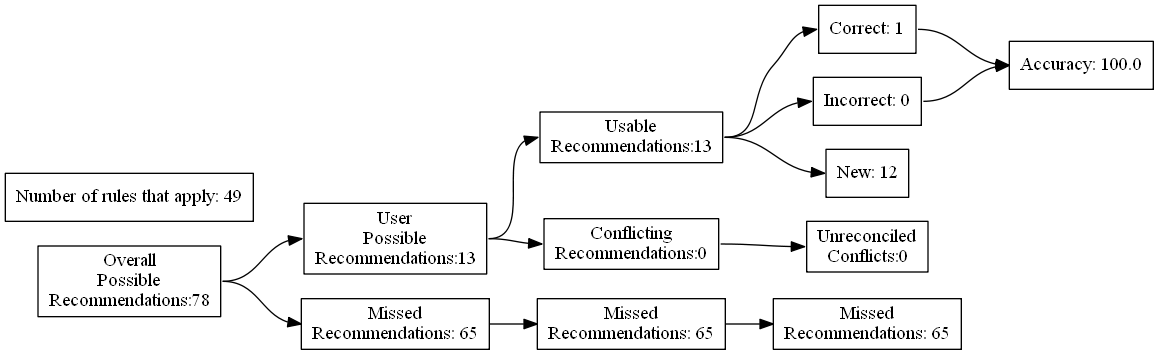
ZaxR/ibd_diet_analysis keeps this Graphviz diagram as test_renders/80.gv.png. Above is the earlier version. Its source is kept beside it as test_renders/80.gv.
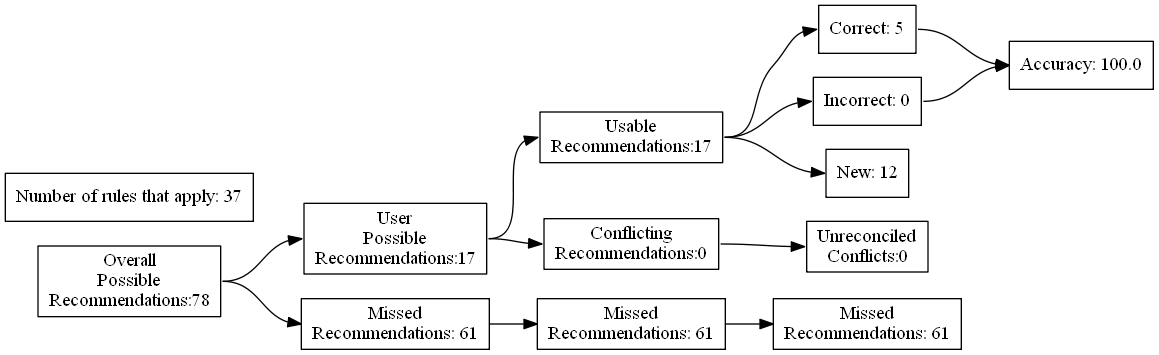
The same diagram one commit later.

What changed in the source:
```diff
@@ -7,24 +7,24 @@
 Recommendations:78"]
 		B [label="User
 Possible
-Recommendations:13"]
+Recommendations:17"]
 		C [label="Missed
-Recommendations: 65"]
+Recommendations: 61"]
 		D [label="Usable
-Recommendations:13"]
+Recommendations:17"]
 		E [label="Conflicting
 Recommendations:0"]
 		J [label="Missed
-Recommendations: 65"]
+Recommendations: 61"]
 		M [label="Unreconciled
 Conflicts:0"]
-		F [label="Correct: 1"]
+		F [label="Correct: 5"]
 		G [label="Incorrect: 0"]
 		H [label="New: 12"]
 		K [label="Missed
-Recommendations: 65"]
+Recommendations: 61"]
 		I [label="Accuracy: 100.0"]
-		l [label="Number of rules that apply: 49"]
+		l [label="Number of rules that apply: 37"]
 			A -> B
 			A -> C
 			B -> D
```
